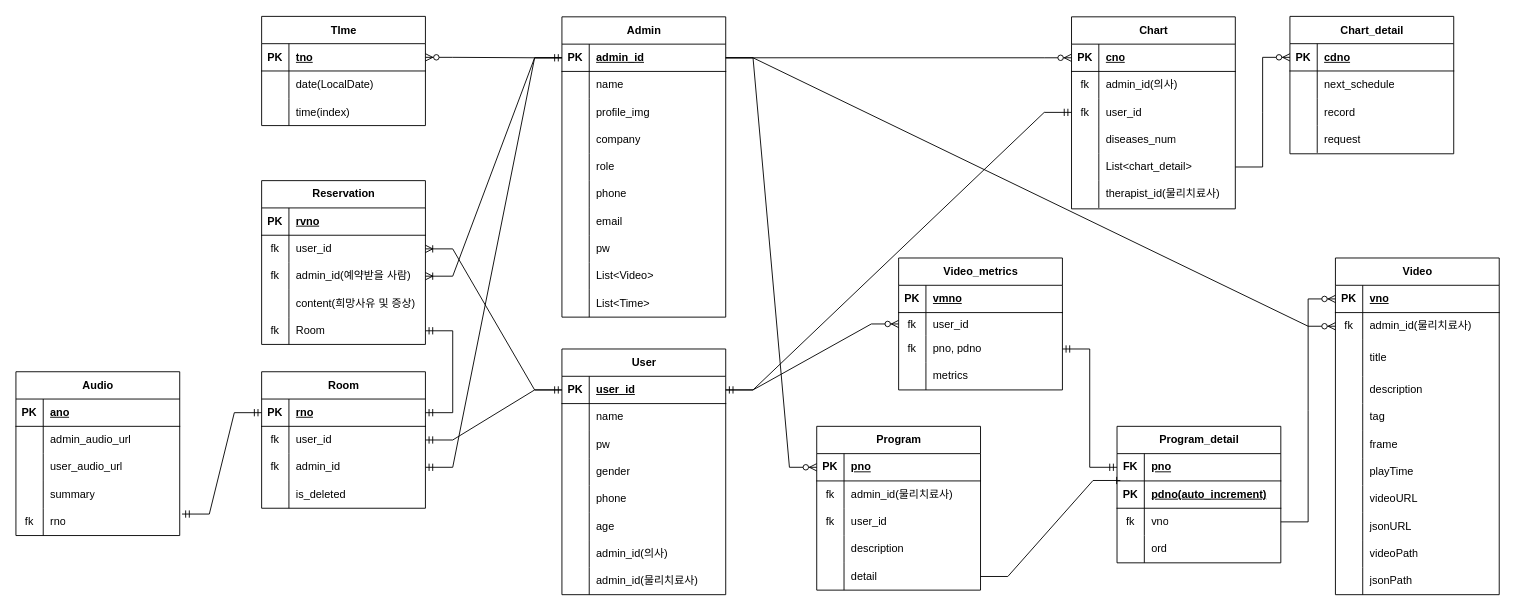
Before: dbModeling.drawio in sync-without-async/Rehab-BackEnd, a draw.io diagram. Source tidied: cells renumbered, new cells numbered last; positions are measured from the earlier drawing's top-left corner, leaving out a move shared by most shapes. Both pictures are drawn from the tidied source at 91%, with x=0, y=0 at pixel (15, 16).
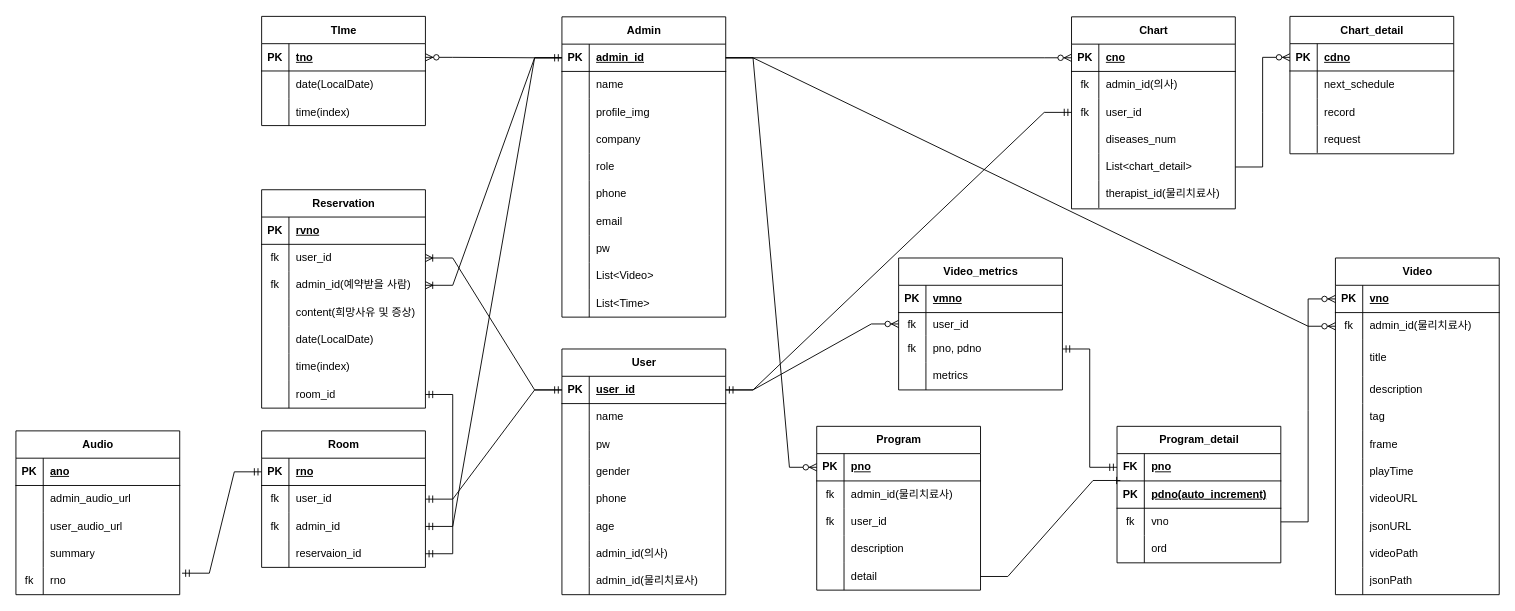
After the change.

The change refers to these unchanged cells:
```xml
<mxCell id="175" style="shape=tableRow;horizontal=0;startSize=0;swimlaneHead=0;swimlaneBody=0;fillColor=none;points=[[0,0.5],[1,0.5]];portConstraint=eastwest;top=0;left=0;right=0;bottom=1;" parent="174" vertex="1">
  <mxGeometry y="30" width="180" height="30" as="geometry" />
</mxCell>
<mxCell id="184" style="shape=tableRow;horizontal=0;startSize=0;swimlaneHead=0;swimlaneBody=0;fillColor=none;points=[[0,0.5],[1,0.5]];portConstraint=eastwest;top=0;left=0;right=0;bottom=0;" parent="174" vertex="1">
  <mxGeometry y="120" width="180" height="30" as="geometry" />
</mxCell>
<mxCell id="200" style="shape=tableRow;horizontal=0;startSize=0;swimlaneHead=0;swimlaneBody=0;fillColor=none;points=[[0,0.5],[1,0.5]];portConstraint=eastwest;top=0;left=0;right=0;bottom=0;" parent="187" vertex="1">
  <mxGeometry y="150" width="180" height="30" as="geometry" />
</mxCell>
```

Diff of the diagram source:
```diff
@@
     <mxCell id="174" value="Room" style="shape=table;startSize=30;childLayout=tableLayout;rowLines=0;fontStyle=1;align=center;html=1;" parent="1" vertex="1">
-      <mxGeometry x="270" y="390" width="180" height="150" as="geometry" />
+      <mxGeometry x="270" y="455" width="180" height="150" as="geometry" />
     </mxCell>
@@
-    <mxCell id="185" style="shape=partialRectangle;fillColor=none;top=0;left=0;bottom=0;right=0;overflow=hidden;whiteSpace=wrap;html=1;" parent="184" vertex="1">
-      <mxGeometry width="30" height="30" as="geometry" />
-    </mxCell>
-    <mxCell id="186" value="is_deleted" style="shape=partialRectangle;fillColor=none;top=0;left=0;bottom=0;right=0;align=left;spacingLeft=6;overflow=hidden;whiteSpace=wrap;html=1;" parent="184" vertex="1">
-      <mxGeometry x="30" width="150" height="30" as="geometry" />
-    </mxCell>
+    <mxCell id="237" style="shape=partialRectangle;fillColor=none;top=0;left=0;bottom=0;right=0;overflow=hidden;whiteSpace=wrap;html=1;" parent="184" vertex="1">
+      <mxGeometry width="30" height="30" as="geometry" />
+    </mxCell>
+    <mxCell id="238" value="reservaion_id" style="shape=partialRectangle;fillColor=none;top=0;left=0;bottom=0;right=0;align=left;spacingLeft=6;overflow=hidden;whiteSpace=wrap;html=1;" parent="184" vertex="1">
+      <mxGeometry x="30" width="150" height="30" as="geometry" />
+    </mxCell>
     <mxCell id="187" value="Reservation" style="shape=table;startSize=30;childLayout=tableLayout;rowLines=0;fontStyle=1;align=center;html=1;" parent="1" vertex="1">
-      <mxGeometry x="270" y="180" width="180" height="180" as="geometry" />
+      <mxGeometry x="270" y="190" width="180" height="240" as="geometry" />
     </mxCell>
@@
-    <mxCell id="201" value="fk" style="shape=partialRectangle;fillColor=none;top=0;left=0;bottom=0;right=0;overflow=hidden;whiteSpace=wrap;html=1;" parent="200" vertex="1">
-      <mxGeometry width="30" height="30" as="geometry" />
-    </mxCell>
-    <mxCell id="202" value="Room" style="shape=partialRectangle;fillColor=none;top=0;left=0;bottom=0;right=0;align=left;spacingLeft=6;overflow=hidden;whiteSpace=wrap;html=1;" parent="200" vertex="1">
-      <mxGeometry x="30" width="150" height="30" as="geometry" />
-    </mxCell>
+    <mxCell id="239" style="shape=partialRectangle;fillColor=none;top=0;left=0;bottom=0;right=0;overflow=hidden;whiteSpace=wrap;html=1;" parent="200" vertex="1">
+      <mxGeometry width="30" height="30" as="geometry" />
+    </mxCell>
+    <mxCell id="240" value="date(LocalDate)" style="shape=partialRectangle;fillColor=none;top=0;left=0;bottom=0;right=0;align=left;spacingLeft=6;overflow=hidden;whiteSpace=wrap;html=1;" parent="200" vertex="1">
+      <mxGeometry x="30" width="150" height="30" as="geometry" />
+    </mxCell>
+    <mxCell id="241" style="shape=tableRow;horizontal=0;startSize=0;swimlaneHead=0;swimlaneBody=0;fillColor=none;top=0;left=0;right=0;bottom=0;" parent="187" vertex="1">
+      <mxGeometry y="180" width="180" height="30" as="geometry" />
+    </mxCell>
+    <mxCell id="242" style="shape=partialRectangle;fillColor=none;top=0;left=0;bottom=0;right=0;overflow=hidden;whiteSpace=wrap;html=1;" parent="241" vertex="1">
+      <mxGeometry width="30" height="30" as="geometry" />
+    </mxCell>
+    <mxCell id="243" value="time(index)" style="shape=partialRectangle;fillColor=none;top=0;left=0;bottom=0;right=0;align=left;spacingLeft=6;overflow=hidden;whiteSpace=wrap;html=1;" parent="241" vertex="1">
+      <mxGeometry x="30" width="150" height="30" as="geometry" />
+    </mxCell>
+    <mxCell id="244" style="shape=tableRow;horizontal=0;startSize=0;swimlaneHead=0;swimlaneBody=0;fillColor=none;points=[[0,0.5],[1,0.5]];portConstraint=eastwest;top=0;left=0;right=0;bottom=0;" parent="187" vertex="1">
+      <mxGeometry y="210" width="180" height="30" as="geometry" />
+    </mxCell>
+    <mxCell id="245" style="shape=partialRectangle;fillColor=none;top=0;left=0;bottom=0;right=0;overflow=hidden;whiteSpace=wrap;html=1;" parent="244" vertex="1">
+      <mxGeometry width="30" height="30" as="geometry" />
+    </mxCell>
+    <mxCell id="246" value="room_id" style="shape=partialRectangle;fillColor=none;top=0;left=0;bottom=0;right=0;align=left;spacingLeft=6;overflow=hidden;whiteSpace=wrap;html=1;" parent="244" vertex="1">
+      <mxGeometry x="30" width="150" height="30" as="geometry" />
+    </mxCell>
@@
     <mxCell id="207" value="Audio" style="shape=table;startSize=30;childLayout=tableLayout;rowLines=0;fontStyle=1;align=center;html=1;" parent="1" vertex="1">
-      <mxGeometry y="390" width="180" height="180" as="geometry" />
+      <mxGeometry y="455" width="180" height="180" as="geometry" />
     </mxCell>
@@
-    <mxCell id="236" style="edgeStyle=entityRelationEdgeStyle;fontSize=12;html=1;endArrow=ERmandOne;startArrow=ERmandOne;rounded=0;" parent="1" edge="1" source="200" target="175">
+    <mxCell id="236" style="edgeStyle=entityRelationEdgeStyle;fontSize=12;html=1;endArrow=ERmandOne;startArrow=ERmandOne;rounded=0;entryX=1;entryY=0.5;entryDx=0;entryDy=0;" parent="1" edge="1" source="244" target="184">
       <mxGeometry relative="1" as="geometry">
         <Array as="points">
           <mxPoint x="100" y="250" />
         </Array>
       </mxGeometry>
     </mxCell>
```
